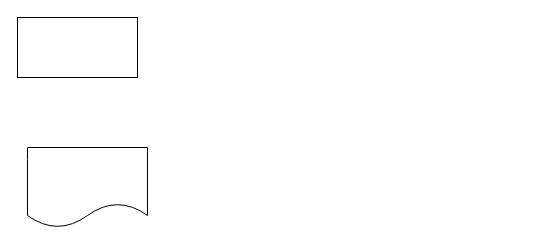
ji92/linux-driver keeps this draw.io diagram as driver.drawio. Above is the earlier version. Source tidied: cells renumbered, new cells numbered last; positions are measured from the earlier drawing's top-left corner, leaving out a move shared by most shapes. Both pictures are drawn from the tidied source at 100%, with x=0, y=0 at pixel (17, 17).
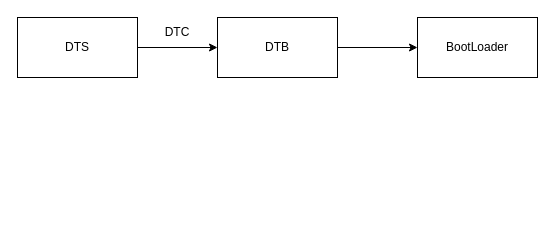
The same diagram, later.

Change to the diagram source:
```diff
@@
 <mxGraphModel>
   <root>
     <mxCell id="0" />
     <mxCell id="1" parent="0" />
+    <mxCell id="4" style="edgeStyle=orthogonalEdgeStyle;rounded=0;jettySize=auto;html=1;" parent="1" edge="1" source="2" target="6">
+      <mxGeometry relative="1" as="geometry" />
+    </mxCell>
-    <mxCell id="2" style="rounded=0;whiteSpace=wrap;html=1;" parent="1" vertex="1">
+    <mxCell id="2" value="DTS" style="rounded=0;whiteSpace=wrap;html=1;" parent="1" vertex="1">
       <mxGeometry width="120" height="60" as="geometry" />
     </mxCell>
-    <mxCell id="3" style="shape=document;whiteSpace=wrap;html=1;boundedLbl=1;" parent="1" vertex="1">
-      <mxGeometry x="10" y="130" width="120" height="80" as="geometry" />
-    </mxCell>
+    <mxCell id="5" style="edgeStyle=orthogonalEdgeStyle;rounded=0;jettySize=auto;html=1;" parent="1" edge="1" source="6" target="8">
+      <mxGeometry relative="1" as="geometry" />
+    </mxCell>
+    <mxCell id="6" value="DTB" style="rounded=0;whiteSpace=wrap;html=1;" parent="1" vertex="1">
+      <mxGeometry x="200" width="120" height="60" as="geometry" />
+    </mxCell>
+    <mxCell id="7" value="DTC" style="text;html=1;strokeColor=none;fillColor=none;align=center;verticalAlign=middle;whiteSpace=wrap;rounded=0;" parent="1" vertex="1">
+      <mxGeometry x="130" width="60" height="30" as="geometry" />
+    </mxCell>
+    <mxCell id="8" value="BootLoader" style="whiteSpace=wrap;html=1;rounded=0;" parent="1" vertex="1">
+      <mxGeometry x="400" width="120" height="60" as="geometry" />
+    </mxCell>
   </root>
 </mxGraphModel>
```
